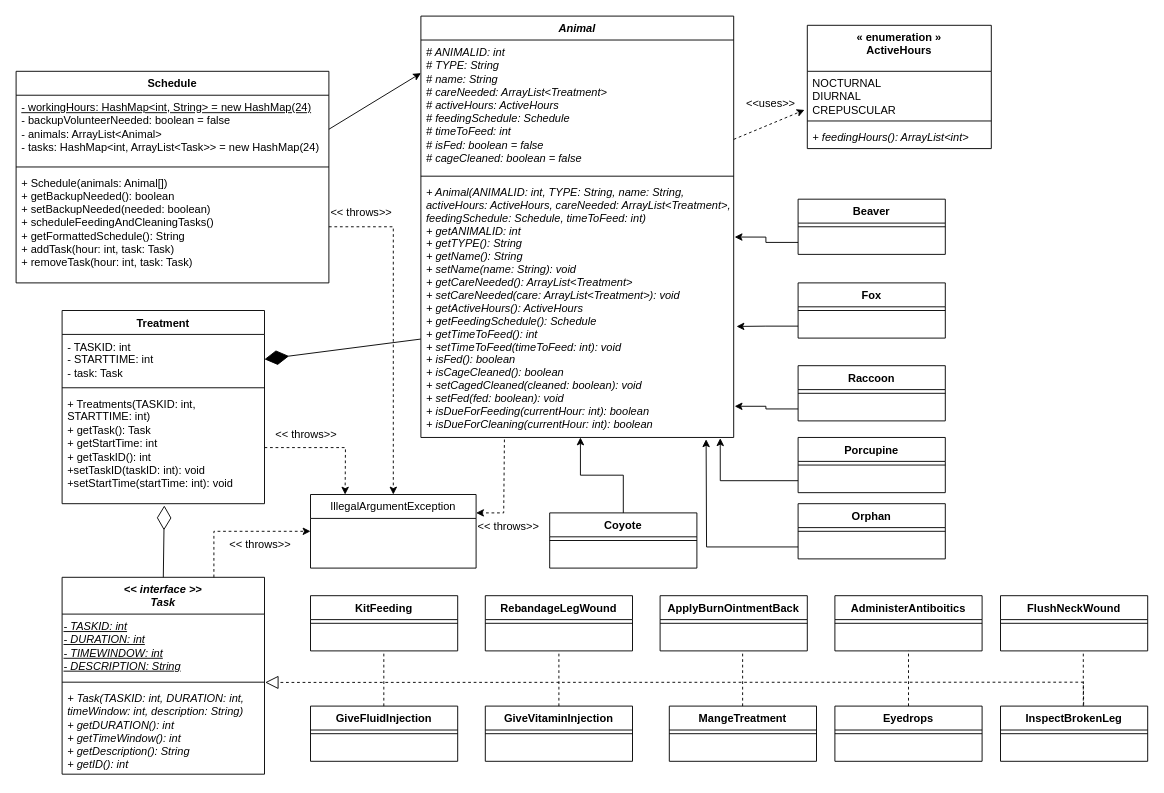
The draw.io diagram 64.drawio in aryan-karadia/Mock-Schedule-Builder, before the edit. Source tidied: cells renumbered, new cells numbered last; positions are measured from the earlier drawing's top-left corner, leaving out a move shared by most shapes. Both pictures are drawn from the tidied source at 92%, with x=0, y=0 at pixel (16, 16).
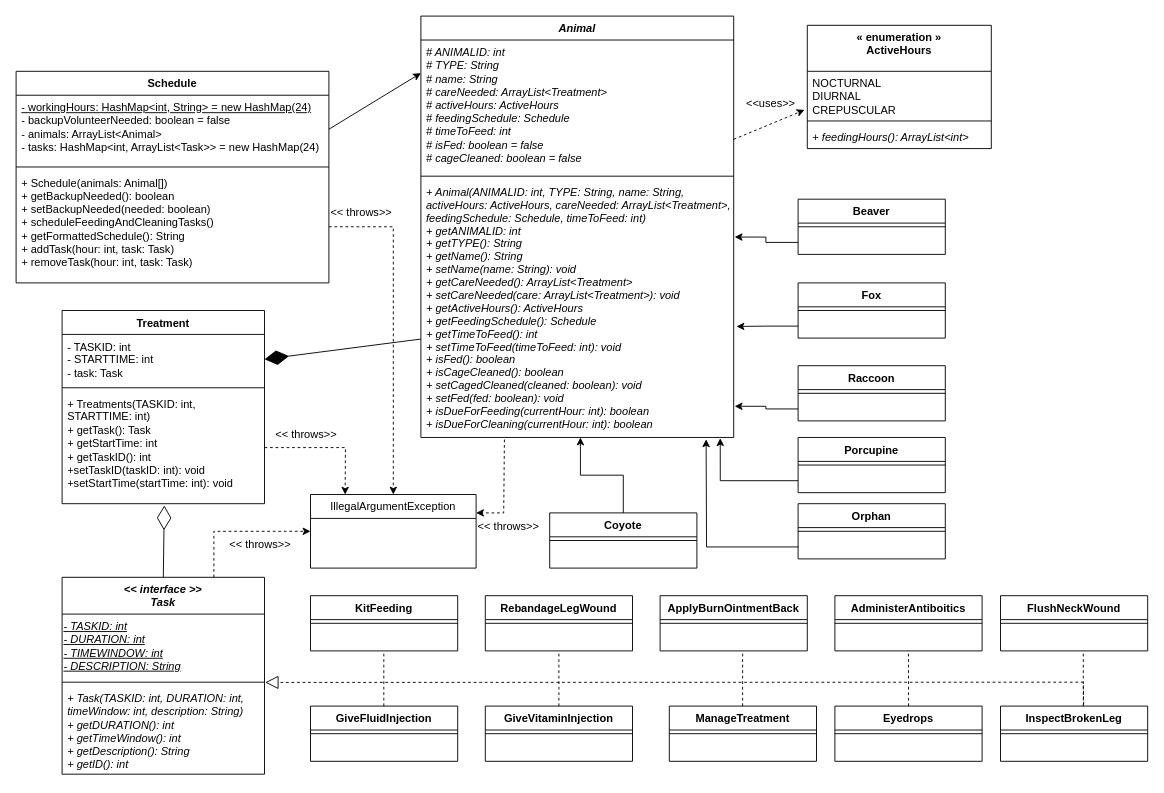
The same diagram, later.

Diff of the diagram source:
```diff
@@
-    <mxCell id="75" value="MangeTreatment" style="swimlane;fontStyle=1;align=center;verticalAlign=top;horizontal=1;startSize=26;whiteSpace=wrap;html=1;" parent="1" vertex="1">
+    <mxCell id="75" value="ManageTreatment" style="swimlane;fontStyle=1;align=center;verticalAlign=top;horizontal=1;startSize=26;whiteSpace=wrap;html=1;" parent="1" vertex="1">
       <mxGeometry x="710" y="750" width="160" height="60" as="geometry" />
     </mxCell>
```
